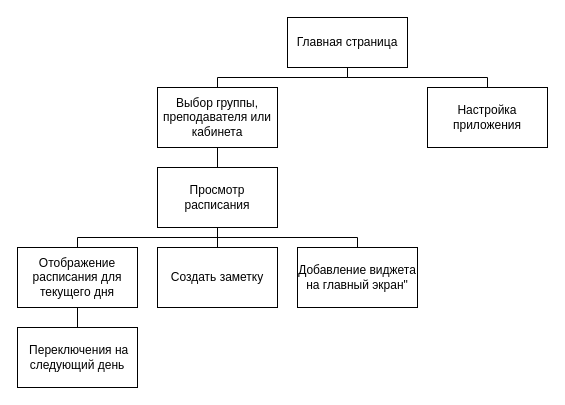
This is структурная схема.drawio from Viclouh/-.-, a draw.io file, before an edit. Source tidied: cells renumbered, new cells numbered last; positions are measured from the earlier drawing's top-left corner, leaving out a move shared by most shapes. Both pictures are drawn from the tidied source at 100%, with x=0, y=0 at pixel (17, 17).
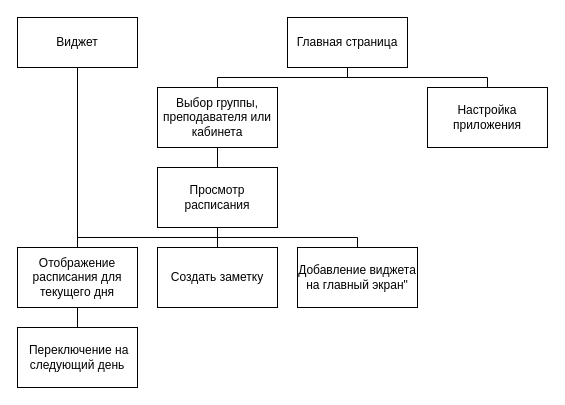
Above is the later version.

Change to the diagram source:
```diff
@@
 <mxGraphModel>
   <root>
     <mxCell id="0" />
     <mxCell id="1" parent="0" />
     <mxCell id="2" value="Главная страница" style="rounded=0;whiteSpace=wrap;html=1;" parent="1" vertex="1">
       <mxGeometry x="270" width="120" height="50" as="geometry" />
     </mxCell>
     <mxCell id="3" value="Выбор группы, преподавателя или кабинета" style="rounded=0;whiteSpace=wrap;html=1;" parent="1" vertex="1">
       <mxGeometry x="140" y="70" width="120" height="60" as="geometry" />
     </mxCell>
     <mxCell id="4" value="Просмотр расписания" style="rounded=0;whiteSpace=wrap;html=1;" parent="1" vertex="1">
       <mxGeometry x="140" y="150" width="120" height="60" as="geometry" />
     </mxCell>
     <mxCell id="5" value="Добавление виджета на главный экран&quot;" style="rounded=0;whiteSpace=wrap;html=1;" parent="1" vertex="1">
       <mxGeometry x="280" y="230" width="120" height="60" as="geometry" />
     </mxCell>
     <mxCell id="6" value="Создать заметку" style="rounded=0;whiteSpace=wrap;html=1;" parent="1" vertex="1">
       <mxGeometry x="140" y="230" width="120" height="60" as="geometry" />
     </mxCell>
     <mxCell id="7" value="Отображение расписания для текущего дня" style="rounded=0;whiteSpace=wrap;html=1;" parent="1" vertex="1">
       <mxGeometry y="230" width="120" height="60" as="geometry" />
     </mxCell>
-    <mxCell id="8" value="&amp;nbsp;Переключения на следующий день" style="rounded=0;whiteSpace=wrap;html=1;" parent="1" vertex="1">
+    <mxCell id="8" value="&amp;nbsp;Переключение на следующий день" style="rounded=0;whiteSpace=wrap;html=1;" parent="1" vertex="1">
       <mxGeometry y="310" width="120" height="60" as="geometry" />
     </mxCell>
     <mxCell id="9" value="Настройка приложения" style="rounded=0;whiteSpace=wrap;html=1;" parent="1" vertex="1">
       <mxGeometry x="410" y="70" width="120" height="60" as="geometry" />
     </mxCell>
     <mxCell id="10" style="endArrow=none;html=1;rounded=0;entryX=0.5;entryY=1;entryDx=0;entryDy=0;exitX=0.5;exitY=0;exitDx=0;exitDy=0;edgeStyle=orthogonalEdgeStyle;" parent="1" edge="1" source="3" target="2">
       <mxGeometry relative="1" as="geometry" />
     </mxCell>
     <mxCell id="11" style="endArrow=none;html=1;rounded=0;entryX=0.5;entryY=1;entryDx=0;entryDy=0;exitX=0.5;exitY=0;exitDx=0;exitDy=0;edgeStyle=orthogonalEdgeStyle;" parent="1" edge="1" source="9" target="2">
       <mxGeometry relative="1" as="geometry" />
     </mxCell>
     <mxCell id="12" style="endArrow=none;html=1;rounded=0;entryX=0.5;entryY=1;entryDx=0;entryDy=0;exitX=0.5;exitY=0;exitDx=0;exitDy=0;edgeStyle=orthogonalEdgeStyle;" parent="1" edge="1" source="4" target="3">
       <mxGeometry relative="1" as="geometry" />
     </mxCell>
     <mxCell id="13" style="endArrow=none;html=1;rounded=0;entryX=0.5;entryY=1;entryDx=0;entryDy=0;exitX=0.5;exitY=0;exitDx=0;exitDy=0;edgeStyle=orthogonalEdgeStyle;" parent="1" edge="1" source="6" target="4">
       <mxGeometry relative="1" as="geometry" />
     </mxCell>
     <mxCell id="14" style="endArrow=none;html=1;rounded=0;entryX=0.5;entryY=1;entryDx=0;entryDy=0;exitX=0.5;exitY=0;exitDx=0;exitDy=0;edgeStyle=orthogonalEdgeStyle;" parent="1" edge="1" source="7" target="4">
       <mxGeometry relative="1" as="geometry" />
     </mxCell>
     <mxCell id="15" style="endArrow=none;html=1;rounded=0;entryX=0.5;entryY=1;entryDx=0;entryDy=0;exitX=0.5;exitY=0;exitDx=0;exitDy=0;edgeStyle=orthogonalEdgeStyle;" parent="1" edge="1" source="5" target="4">
       <mxGeometry relative="1" as="geometry" />
     </mxCell>
     <mxCell id="16" style="endArrow=none;html=1;rounded=0;entryX=0.5;entryY=1;entryDx=0;entryDy=0;exitX=0.5;exitY=0;exitDx=0;exitDy=0;edgeStyle=orthogonalEdgeStyle;" parent="1" edge="1" source="8" target="7">
       <mxGeometry relative="1" as="geometry" />
     </mxCell>
+    <mxCell id="17" value="Виджет" style="rounded=0;whiteSpace=wrap;html=1;" parent="1" vertex="1">
+      <mxGeometry width="120" height="50" as="geometry" />
+    </mxCell>
+    <mxCell id="18" style="endArrow=none;html=1;rounded=0;entryX=0.5;entryY=1;entryDx=0;entryDy=0;edgeStyle=orthogonalEdgeStyle;exitX=0.5;exitY=0;exitDx=0;exitDy=0;" parent="1" edge="1" source="7" target="17">
+      <mxGeometry relative="1" as="geometry" />
+    </mxCell>
   </root>
 </mxGraphModel>
```
